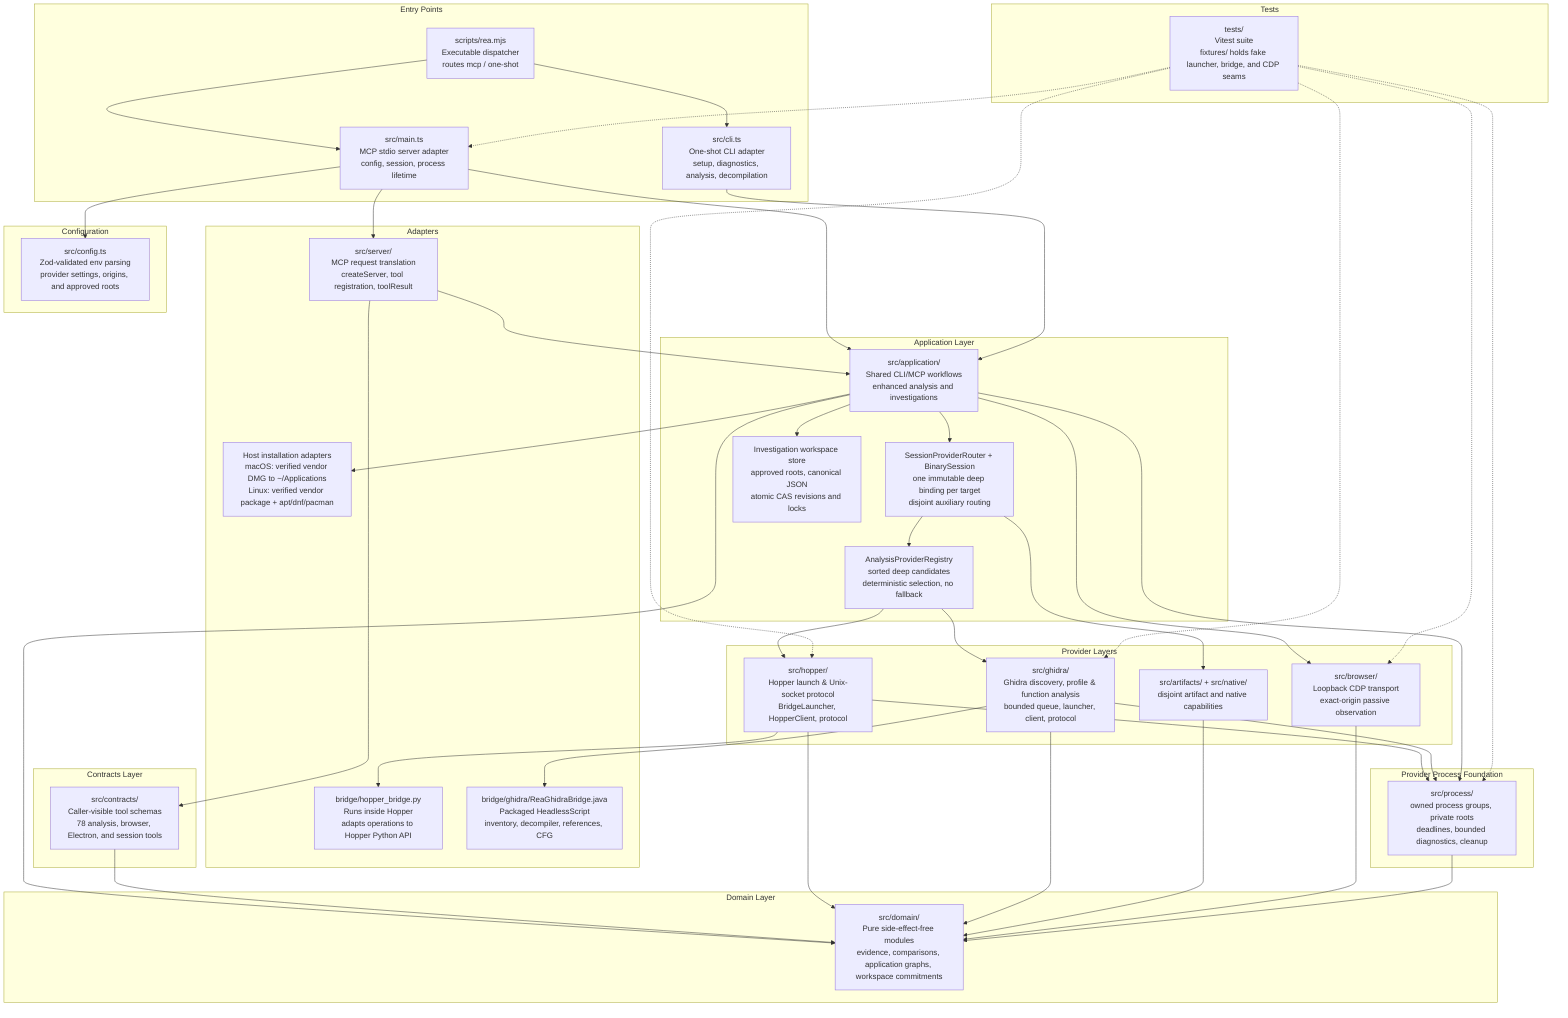
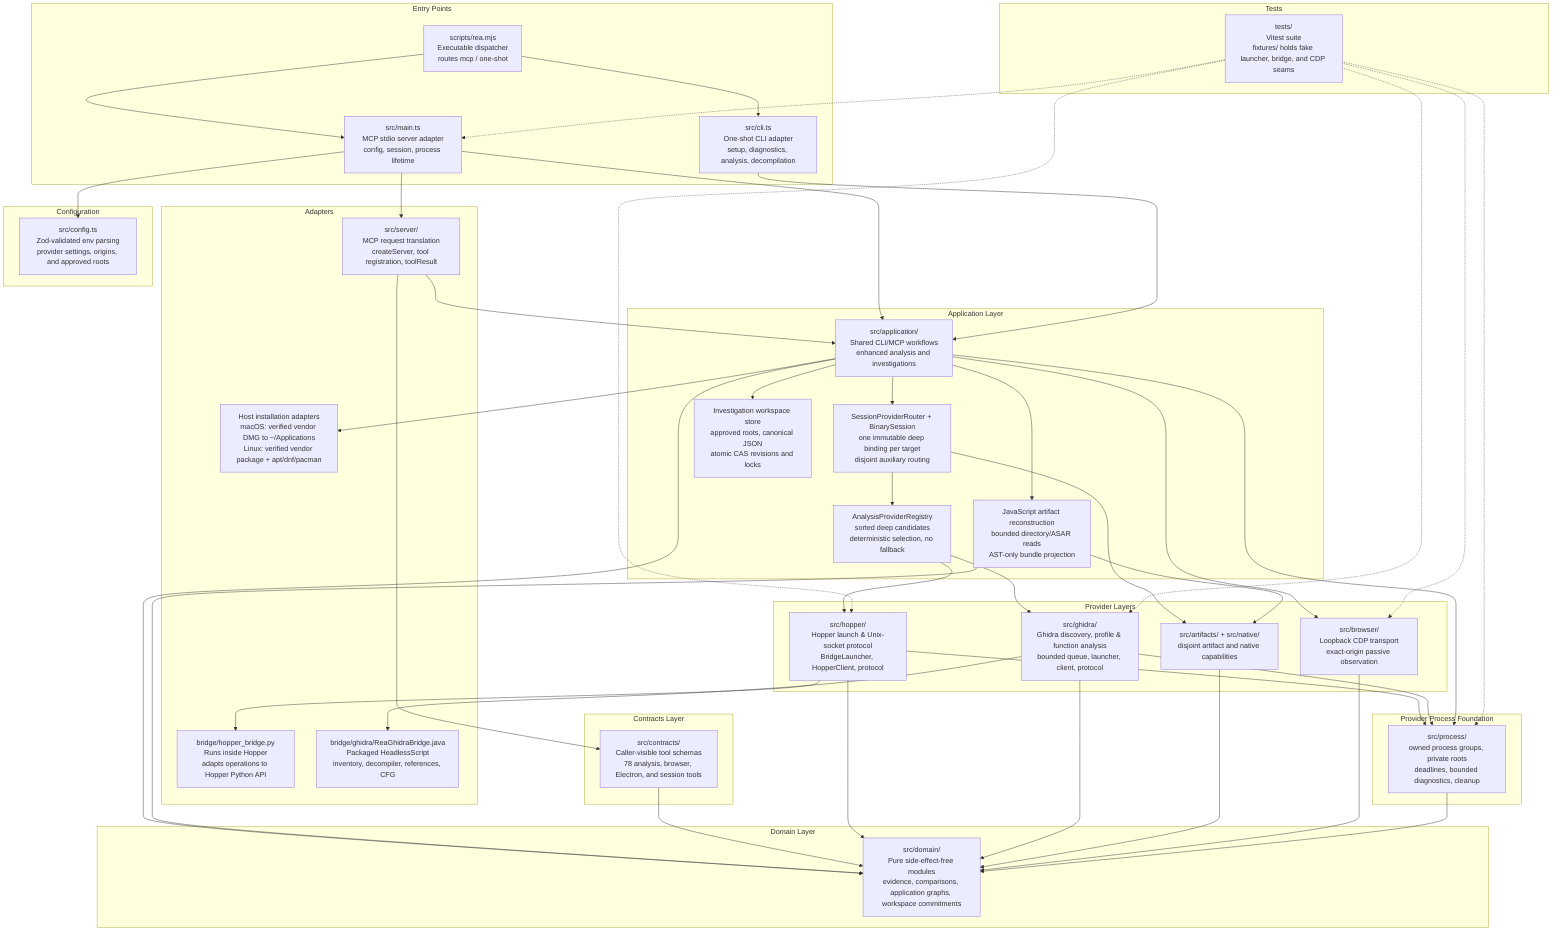
graph TD
    subgraph "Entry Points"
        CLI["src/cli.ts<br/>One-shot CLI adapter<br/>setup, diagnostics, analysis, decompilation"]
        MAIN["src/main.ts<br/>MCP stdio server adapter<br/>config, session, process lifetime"]
        DISPATCH["scripts/rea.mjs<br/>Executable dispatcher<br/>routes mcp / one-shot"]
    end

    subgraph "Adapters"
        SERVER["src/server/<br/>MCP request translation<br/>createServer, tool registration, toolResult"]
        HOPPER_BRIDGE["bridge/hopper_bridge.py<br/>Runs inside Hopper<br/>adapts operations to Hopper Python API"]
        GHIDRA_BRIDGE["bridge/ghidra/ReaGhidraBridge.java<br/>Packaged HeadlessScript<br/>inventory, decompiler, references, CFG"]
        INSTALL["Host installation adapters<br/>macOS: verified vendor DMG to ~/Applications<br/>Linux: verified vendor package + apt/dnf/pacman"]
    end

    subgraph "Application Layer"
        APP["src/application/<br/>Shared CLI/MCP workflows<br/>enhanced analysis and investigations"]
        SESSION["SessionProviderRouter + BinarySession<br/>one immutable deep binding per target<br/>disjoint auxiliary routing"]
        REGISTRY["AnalysisProviderRegistry<br/>sorted deep candidates<br/>deterministic selection, no fallback"]
        WORKSPACE["Investigation workspace store<br/>approved roots, canonical JSON<br/>atomic CAS revisions and locks"]
+         JS_RECON["JavaScript artifact reconstruction<br/>bounded directory/ASAR reads<br/>AST-only bundle projection"]
    end

    subgraph "Provider Layers"
        HOPPER["src/hopper/<br/>Hopper launch & Unix-socket protocol<br/>BridgeLauncher, HopperClient, protocol"]
        GHIDRA["src/ghidra/<br/>Ghidra discovery, profile & function analysis<br/>bounded queue, launcher, client, protocol"]
        AUX["src/artifacts/ + src/native/<br/>disjoint artifact and native capabilities"]
        BROWSER["src/browser/<br/>Loopback CDP transport<br/>exact-origin passive observation"]
    end

    subgraph "Provider Process Foundation"
        PROCESS["src/process/<br/>owned process groups, private roots<br/>deadlines, bounded diagnostics, cleanup"]
    end

    subgraph "Contracts Layer"
        CONTRACTS["src/contracts/<br/>Caller-visible tool schemas<br/>78 analysis, browser, Electron, and session tools"]
    end

    subgraph "Domain Layer"
        DOMAIN["src/domain/<br/>Pure side-effect-free modules<br/>evidence, comparisons, application graphs, workspace commitments"]
    end

    subgraph "Configuration"
        CONFIG["src/config.ts<br/>Zod-validated env parsing<br/>provider settings, origins, and approved roots"]
    end

    subgraph "Tests"
        TESTS["tests/<br/>Vitest suite<br/>fixtures/ holds fake launcher, bridge, and CDP seams"]
    end

    DISPATCH --> CLI
    DISPATCH --> MAIN
    MAIN --> CONFIG
    MAIN --> SERVER
    MAIN --> APP
    CLI --> APP
    APP --> SESSION
    SESSION --> REGISTRY
    REGISTRY --> HOPPER
    REGISTRY --> GHIDRA
    SESSION --> AUX
    APP --> WORKSPACE
+     APP --> JS_RECON
    APP --> INSTALL
    SERVER --> CONTRACTS
    SERVER --> APP
    APP --> BROWSER
    HOPPER --> HOPPER_BRIDGE
    GHIDRA --> GHIDRA_BRIDGE
    HOPPER --> PROCESS
    GHIDRA --> PROCESS
    APP --> PROCESS
    APP --> DOMAIN
+     JS_RECON --> AUX
+     JS_RECON --> DOMAIN
    CONTRACTS --> DOMAIN
    HOPPER --> DOMAIN
    GHIDRA --> DOMAIN
    AUX --> DOMAIN
    BROWSER --> DOMAIN
    PROCESS --> DOMAIN
    TESTS -.-> MAIN
    TESTS -.-> HOPPER
    TESTS -.-> GHIDRA
    TESTS -.-> PROCESS
    TESTS -.-> BROWSER
